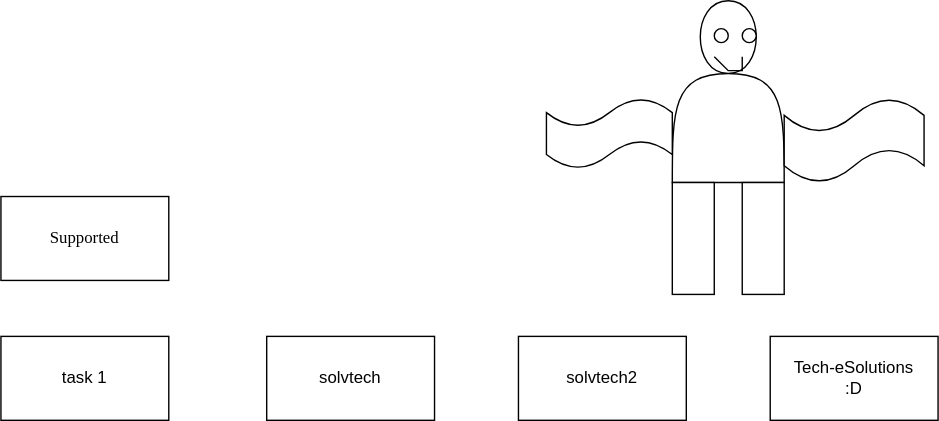
Before: systems_analysis/eva2/crear-env-vars-gitbash-windows.drawio.svg, a diagram exported from draw.io (cdvelop/aiep). Source tidied: cells renumbered, new cells last; positions are measured from the earlier drawing's top-left corner, leaving out a move shared by most shapes.
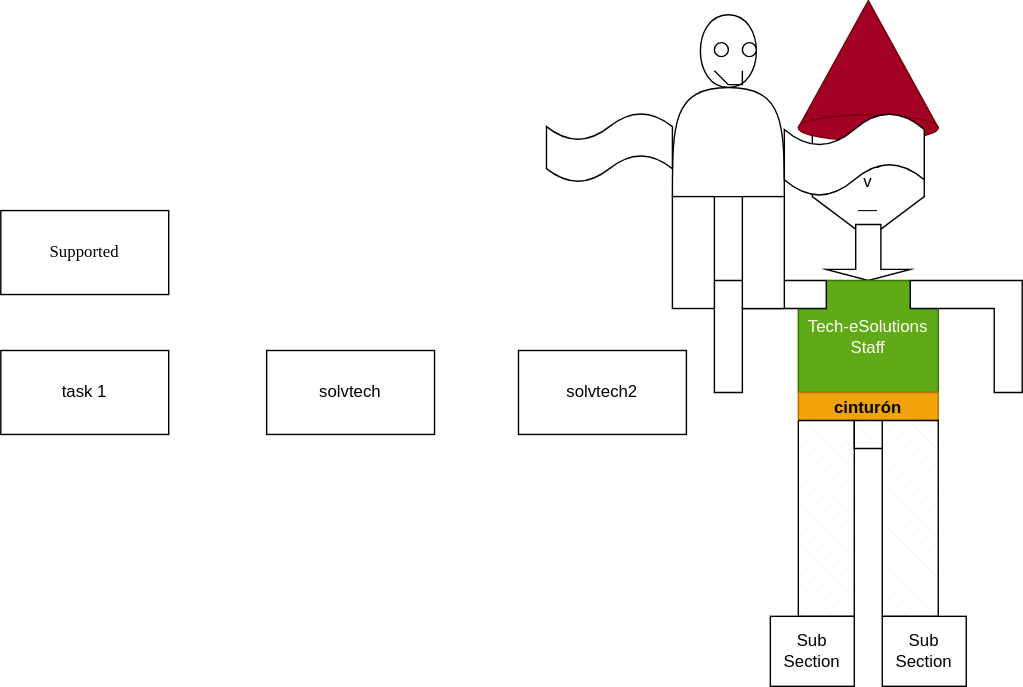
After the change.

Change to the diagram source:
```diff
@@ -11,9 +11,42 @@
     <mxCell id="4" value="solvtech2" style="rounded=0;whiteSpace=wrap;html=1;" parent="1" vertex="1">
       <mxGeometry x="370" y="240" width="120" height="60" as="geometry" />
     </mxCell>
-    <mxCell id="5" value="&lt;div&gt;Tech-eSolutions&lt;/div&gt;&lt;div&gt;:D&lt;/div&gt;" style="rounded=0;whiteSpace=wrap;html=1;" parent="1" vertex="1">
-      <mxGeometry x="550" y="240" width="120" height="60" as="geometry" />
-    </mxCell>
+    <mxCell id="15" value="&lt;div&gt;O O&lt;/div&gt;&lt;div&gt;v&lt;/div&gt;&lt;div&gt;__&lt;/div&gt;" style="shape=offPageConnector;whiteSpace=wrap;html=1;" parent="1" vertex="1">
+      <mxGeometry x="580" y="80" width="80" height="80" as="geometry" />
+    </mxCell>
+    <mxCell id="16" style="shape=singleArrow;direction=south;whiteSpace=wrap;html=1;" parent="1" vertex="1">
+      <mxGeometry x="590" y="150" width="60" height="40" as="geometry" />
+    </mxCell>
+    <mxCell id="17" value="&lt;div&gt;Tech-eSolutions&lt;/div&gt;&lt;div&gt;Staff&lt;/div&gt;" style="shape=loopLimit;whiteSpace=wrap;html=1;fillColor=#60a917;fontColor=#ffffff;strokeColor=#2D7600;" parent="1" vertex="1">
+      <mxGeometry x="570" y="190" width="100" height="80" as="geometry" />
+    </mxCell>
+    <mxCell id="18" style="shape=corner;whiteSpace=wrap;html=1;" parent="1" vertex="1">
+      <mxGeometry x="510" y="190" width="80" height="80" as="geometry" />
+    </mxCell>
+    <mxCell id="19" style="shape=corner;whiteSpace=wrap;html=1;rotation=90;" parent="1" vertex="1">
+      <mxGeometry x="650" y="190" width="80" height="80" as="geometry" />
+    </mxCell>
+    <mxCell id="20" value="cinturón" style="swimlane;startSize=23;fillColor=#f0a30a;fontColor=#000000;strokeColor=#BD7000;" parent="1" vertex="1">
+      <mxGeometry x="570" y="270" width="100" height="20" as="geometry" />
+    </mxCell>
+    <mxCell id="21" style="verticalLabelPosition=bottom;verticalAlign=top;html=1;shape=mxgraph.basic.cone;fillColor=light-dark(#A20025,#FF2906);fontColor=#ffffff;strokeColor=#6F0000;" parent="1" vertex="1">
+      <mxGeometry x="570" y="-10" width="100" height="100" as="geometry" />
+    </mxCell>
+    <mxCell id="22" style="verticalLabelPosition=bottom;verticalAlign=top;html=1;shape=mxgraph.basic.patternFillRect;fillStyle=diagRev;step=5;fillStrokeWidth=0.2;fillStrokeColor=#dddddd;" parent="1" vertex="1">
+      <mxGeometry x="570" y="290" width="40" height="140" as="geometry" />
+    </mxCell>
+    <mxCell id="23" style="verticalLabelPosition=bottom;verticalAlign=top;html=1;shape=mxgraph.basic.patternFillRect;fillStyle=diagRev;step=5;fillStrokeWidth=0.2;fillStrokeColor=#dddddd;" parent="1" vertex="1">
+      <mxGeometry x="630" y="290" width="40" height="140" as="geometry" />
+    </mxCell>
+    <mxCell id="24" style="verticalLabelPosition=bottom;verticalAlign=top;html=1;shape=mxgraph.basic.patternFillRect;fillStyle=diagRev;step=5;fillStrokeWidth=0.2;fillStrokeColor=#dddddd;" parent="1" vertex="1">
+      <mxGeometry x="610" y="290" width="20" height="20" as="geometry" />
+    </mxCell>
+    <mxCell id="25" value="Sub Section" style="whiteSpace=wrap;html=1;align=center;verticalAlign=middle;" parent="1" vertex="1">
+      <mxGeometry x="550" y="430" width="60" height="50" as="geometry" />
+    </mxCell>
+    <mxCell id="26" value="Sub Section" style="whiteSpace=wrap;html=1;align=center;verticalAlign=middle;" parent="1" vertex="1">
+      <mxGeometry x="630" y="430" width="60" height="50" as="geometry" />
+    </mxCell>
     <mxCell id="6" value="&lt;font face=&quot;Garamond&quot;&gt;Supported&lt;/font&gt;" style="rounded=0;whiteSpace=wrap;html=1;" parent="1" vertex="1">
       <mxGeometry y="140" width="120" height="60" as="geometry" />
     </mxCell>
```
